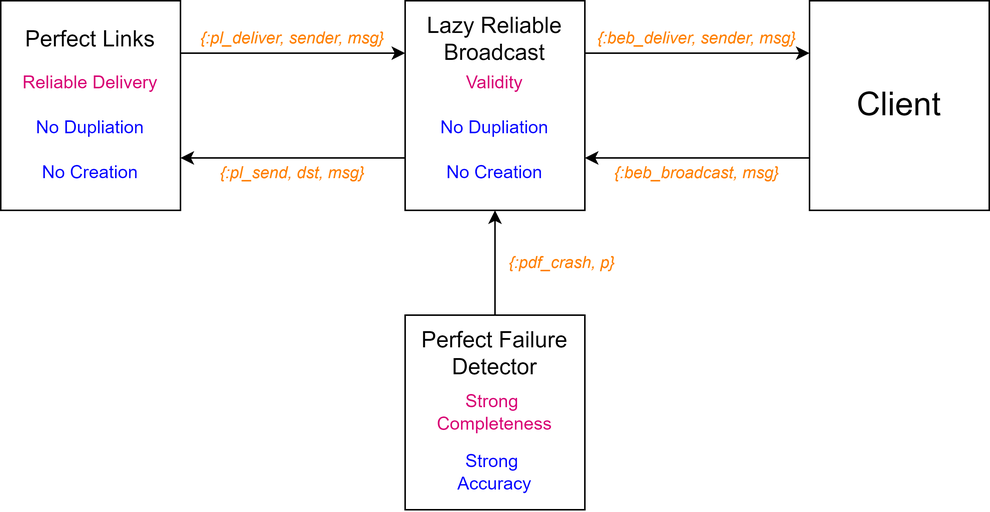
Earlier version of the draw.io export 60009 - Distributed Algorithms/reliable_broadcast/images/lazy_reliable_broadcast.drawio.png (OliverKillane/Imperial-Computing-Notes). Source tidied: cells renumbered, new cells last; positions are measured from the earlier drawing's top-left corner, leaving out a move shared by most shapes.
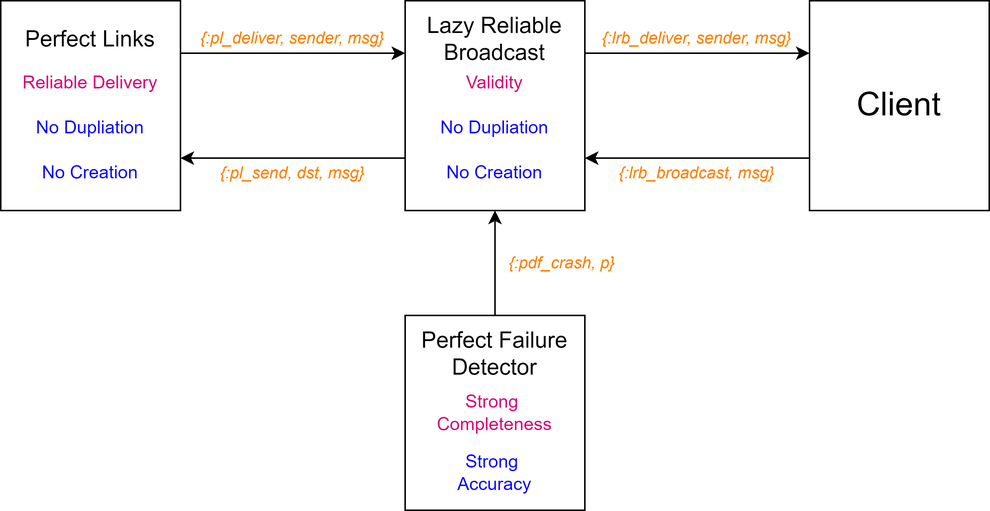
Later version of the same file.

Commit message:
60009: additions to reliable broadcast notes

What changed in the source:
```diff
@@ -53,10 +53,10 @@
     <mxCell id="18" value="{:pl_send, dst, msg}" style="text;html=1;strokeColor=none;fillColor=none;align=center;verticalAlign=middle;whiteSpace=wrap;rounded=0;fontSize=11;fontColor=#FF8000;fontStyle=2;" parent="1" vertex="1">
       <mxGeometry x="140" y="100" width="110" height="30" as="geometry" />
     </mxCell>
-    <mxCell id="19" value="{:beb_deliver, sender, msg}" style="text;html=1;strokeColor=none;fillColor=none;align=center;verticalAlign=middle;whiteSpace=wrap;rounded=0;fontSize=11;fontColor=#FF8000;fontStyle=2;" parent="1" vertex="1">
+    <mxCell id="19" value="{:lrb_deliver, sender, msg}" style="text;html=1;strokeColor=none;fillColor=none;align=center;verticalAlign=middle;whiteSpace=wrap;rounded=0;fontSize=11;fontColor=#FF8000;fontStyle=2;" parent="1" vertex="1">
       <mxGeometry x="390" y="10" width="150" height="30" as="geometry" />
     </mxCell>
-    <mxCell id="20" value="{:beb_broadcast, msg}" style="text;html=1;strokeColor=none;fillColor=none;align=center;verticalAlign=middle;whiteSpace=wrap;rounded=0;fontSize=11;fontColor=#FF8000;fontStyle=2;" parent="1" vertex="1">
+    <mxCell id="20" value="{:lrb_broadcast, msg}" style="text;html=1;strokeColor=none;fillColor=none;align=center;verticalAlign=middle;whiteSpace=wrap;rounded=0;fontSize=11;fontColor=#FF8000;fontStyle=2;" parent="1" vertex="1">
       <mxGeometry x="405" y="100" width="120" height="30" as="geometry" />
     </mxCell>
     <mxCell id="21" style="edgeStyle=orthogonalEdgeStyle;rounded=0;jettySize=auto;html=1;exitX=0.5;exitY=0;exitDx=0;exitDy=0;entryX=0.5;entryY=1;entryDx=0;entryDy=0;" parent="1" edge="1" source="22" target="9">
```
